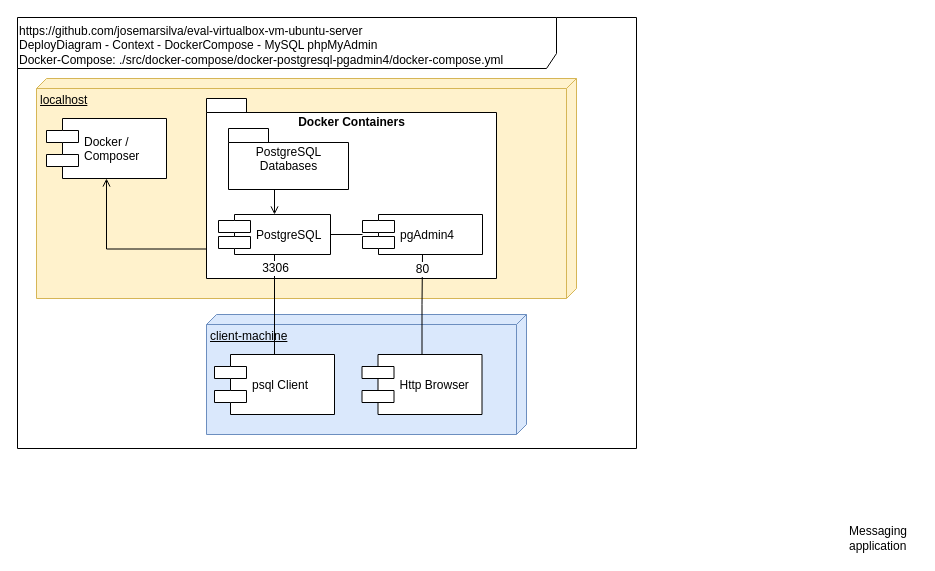
Before: doc/images/DeployDiagram - Context - DockerCompose - PostgreSQL pgAdmin4.drawio in josemarsilva/eval-virtualbox-vm-ubuntu-server, a draw.io diagram. Source tidied: cells renumbered, new cells numbered last; positions are measured from the earlier drawing's top-left corner, leaving out a move shared by most shapes. Both pictures are drawn from the tidied source at 100%, with x=0, y=0 at pixel (17, 17).
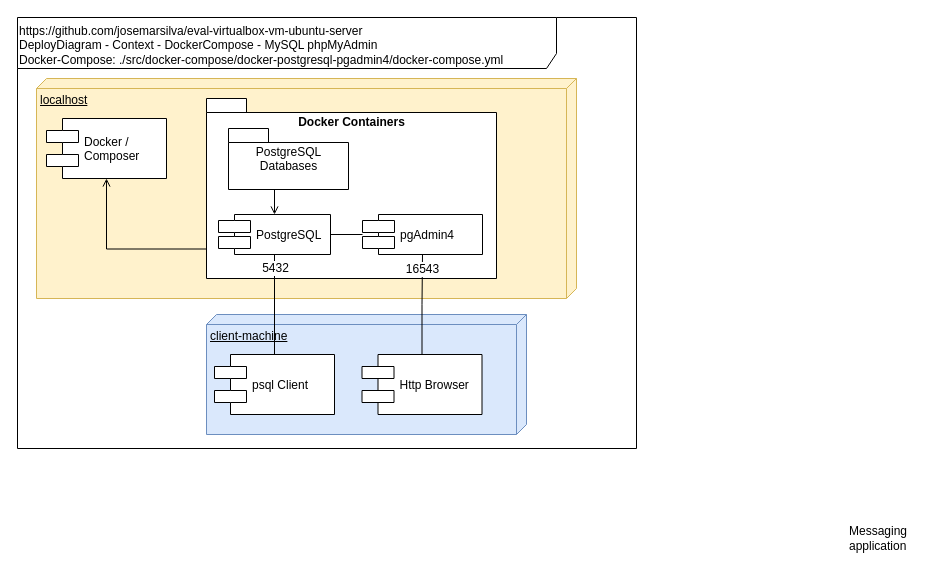
The same page after the edit.

Unchanged cells that the change refers to:
```xml
<mxCell id="13" style="rounded=0;jettySize=auto;html=1;entryX=0.5;entryY=1;entryDx=0;entryDy=0;endArrow=none;endFill=0;exitX=0.5;exitY=0;exitDx=0;exitDy=0;edgeStyle=orthogonalEdgeStyle;" parent="1" edge="1" source="15" target="9">
  <mxGeometry relative="1" as="geometry" />
</mxCell>
<mxCell id="16" style="rounded=0;jettySize=auto;html=1;entryX=0.5;entryY=1;entryDx=0;entryDy=0;endArrow=none;endFill=0;exitX=0.5;exitY=0;exitDx=0;exitDy=0;edgeStyle=orthogonalEdgeStyle;" parent="1" edge="1" source="12" target="10">
  <mxGeometry relative="1" as="geometry" />
</mxCell>
```

Change to the diagram source:
```diff
@@
-    <mxCell id="14" value="3306" style="text;html=1;align=center;verticalAlign=middle;labelBackgroundColor=#ffffff;" parent="13" vertex="1">
+    <mxCell id="14" value="5432" style="text;html=1;align=center;verticalAlign=middle;labelBackgroundColor=#ffffff;" parent="13" vertex="1">
       <mxGeometry x="0.7" y="-2" relative="1" as="geometry">
         <mxPoint x="-2" y="-1.5" as="offset" />
       </mxGeometry>
     </mxCell>
@@
-    <mxCell id="17" value="80" style="text;html=1;align=center;verticalAlign=middle;labelBackgroundColor=#ffffff;" parent="16" vertex="1">
+    <mxCell id="17" value="16543" style="text;html=1;align=center;verticalAlign=middle;labelBackgroundColor=#ffffff;" parent="16" vertex="1">
       <mxGeometry x="0.7" y="-2" relative="1" as="geometry">
         <mxPoint x="-2.5" y="-1.5" as="offset" />
       </mxGeometry>
     </mxCell>
```
